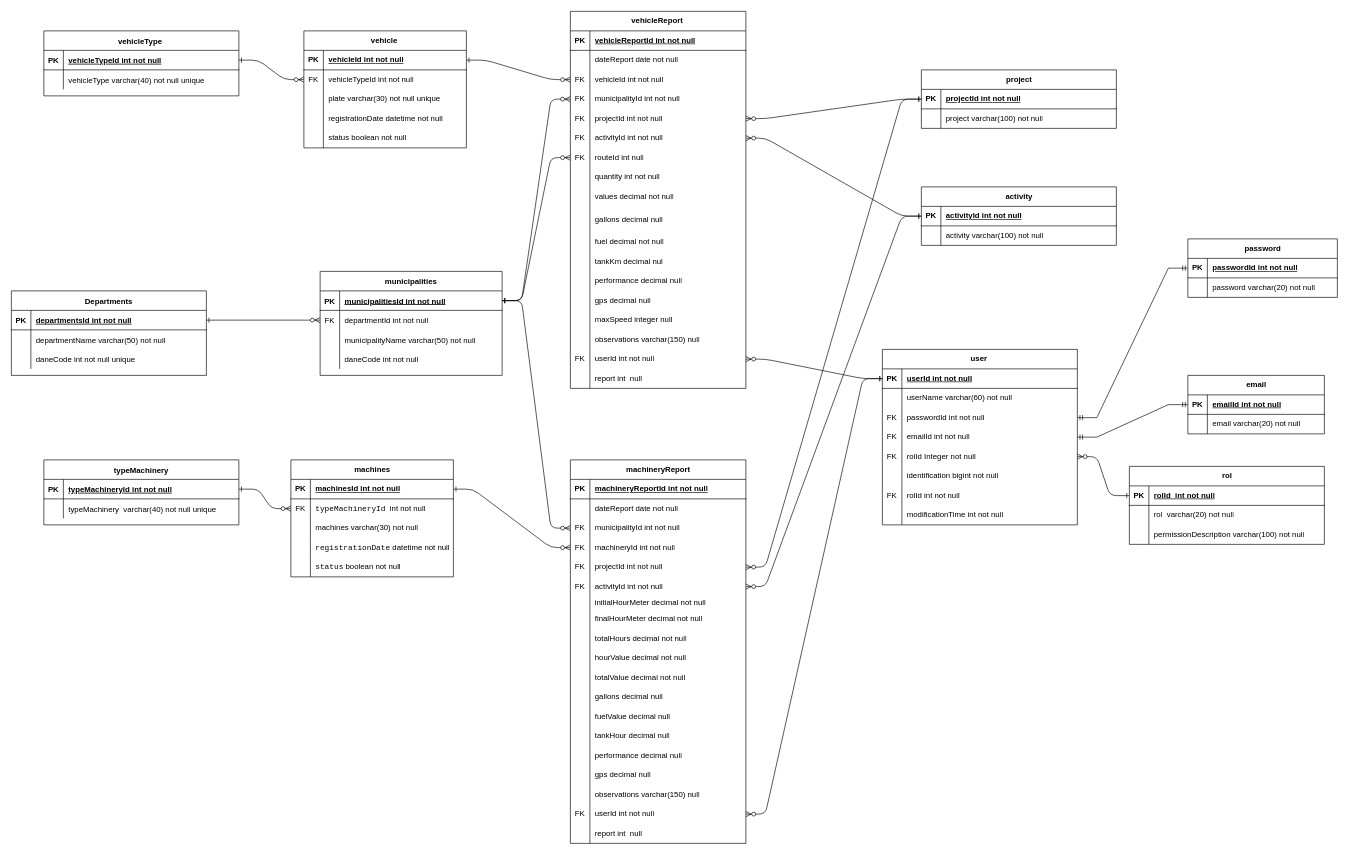
Earlier version of the draw.io diagram MER/gestionMaquinaria&Vehiculos.drawio (MasacradorM/Gestion-de-Maquinaria-y-Vehiculos). Source tidied: cells renumbered, new cells numbered last; positions are measured from the earlier drawing's top-left corner, leaving out a move shared by most shapes. Both pictures are drawn from the tidied source at 65%, with x=0, y=0 at pixel (11, 11).
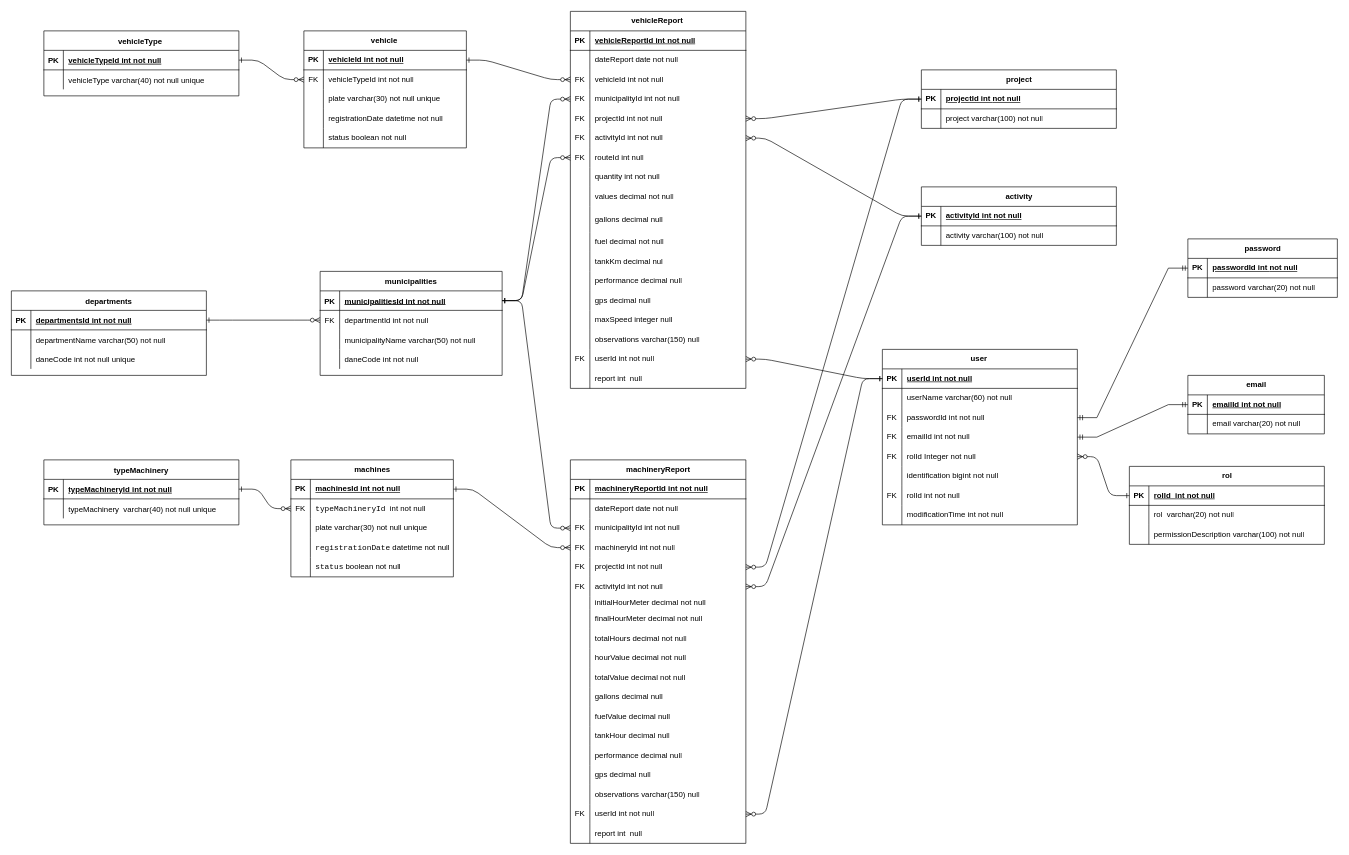
Above is the later version.

The change refers to these unchanged cells:
```xml
<mxCell id="41" style="shape=tableRow;horizontal=0;startSize=0;swimlaneHead=0;swimlaneBody=0;fillColor=none;top=0;left=0;right=0;bottom=0;" parent="34" vertex="1">
  <mxGeometry y="90" width="250" height="30" as="geometry" />
</mxCell>
```

The edit, as a diff of the source:
```diff
@@
-    <mxCell id="24" value="Departments" style="shape=table;startSize=30;childLayout=tableLayout;rowLines=0;fontStyle=1;align=center;" parent="1" vertex="1">
+    <mxCell id="24" value="departments" style="shape=table;startSize=30;childLayout=tableLayout;rowLines=0;fontStyle=1;align=center;" parent="1" vertex="1">
       <mxGeometry y="430" width="300" height="130" as="geometry" />
     </mxCell>
@@
-    <mxCell id="43" value="machines varchar(30)&amp;nbsp;&lt;span style=&quot;text-wrap-mode: nowrap;&quot;&gt;not null&lt;/span&gt;" style="shape=partialRectangle;fillColor=none;top=0;left=0;bottom=0;right=0;align=left;spacingLeft=6;overflow=hidden;whiteSpace=wrap;html=1;" parent="41" vertex="1">
+    <mxCell id="43" value="plate varchar(30)&amp;nbsp;&lt;span style=&quot;text-wrap-mode: nowrap;&quot;&gt;not null&lt;/span&gt;&amp;nbsp;unique" style="shape=partialRectangle;fillColor=none;top=0;left=0;bottom=0;right=0;align=left;spacingLeft=6;overflow=hidden;whiteSpace=wrap;html=1;" parent="41" vertex="1">
       <mxGeometry x="30" width="220" height="30" as="geometry" />
     </mxCell>
```
